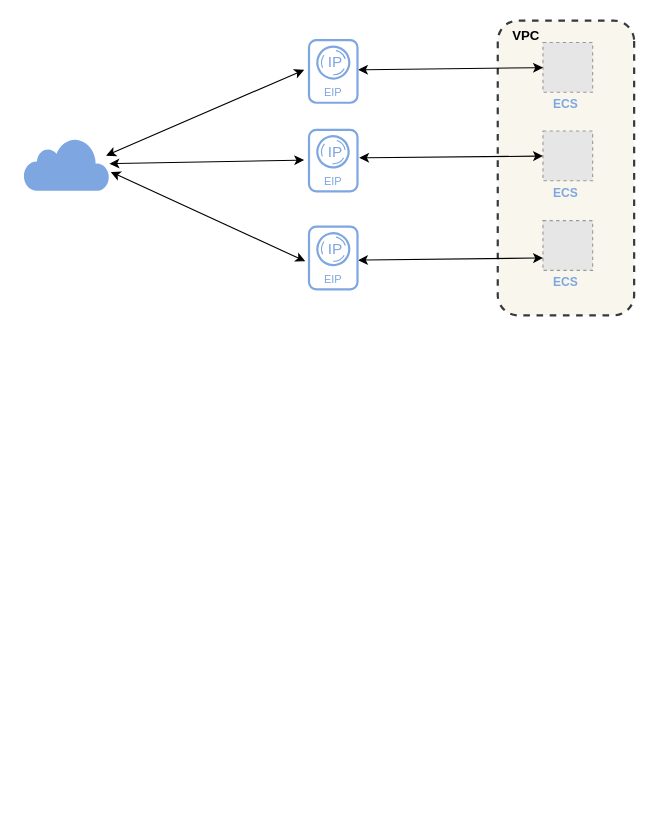
Before: page "EIP 的副本" (4 of 8) of DRL.drawio in zhangluting123/drawio, a draw.io diagram. Source tidied: cells renumbered, new cells numbered last; positions are measured from the earlier drawing's top-left corner, leaving out a move shared by most shapes. Both pictures are drawn from the tidied source at 110%, with x=0, y=0 at pixel (23, 19). Pictures stored in the file or linked from it are replaced by grey dashed boxes.
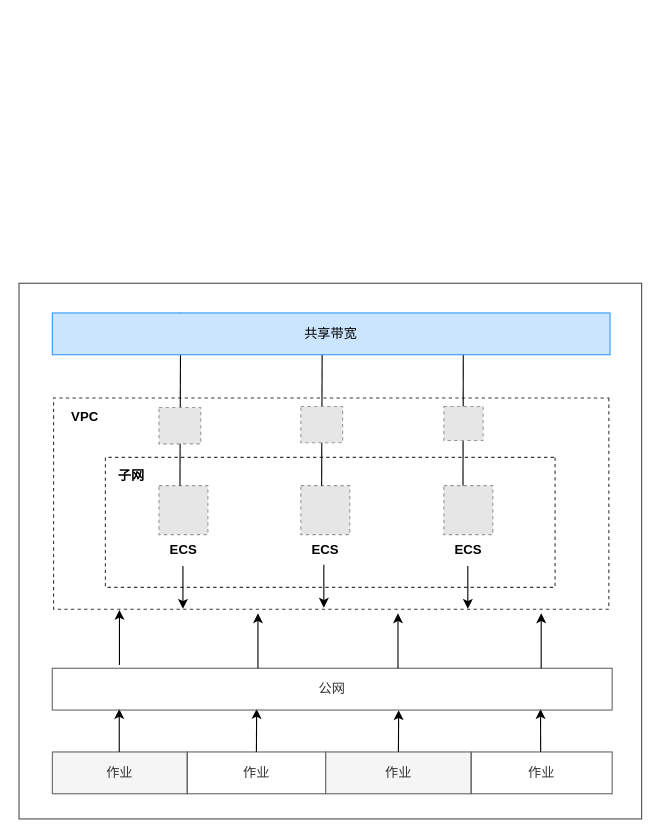
Above is the later version.

Change to the diagram source:
```diff
@@
-    <mxCell id="2" style="html=1;verticalLabelPosition=bottom;align=center;labelBackgroundColor=#ffffff;verticalAlign=top;strokeWidth=2;shadow=0;dashed=0;shape=mxgraph.ios7.icons.cloud;strokeColor=none;fillColor=#7EA6E0;" parent="1" vertex="1">
-      <mxGeometry y="108" width="78" height="48" as="geometry" />
-    </mxCell>
+    <mxCell id="38" style="rounded=0;whiteSpace=wrap;html=1;fillColor=none;strokeWidth=1;strokeColor=#4D4D4D;" parent="1" vertex="1">
+      <mxGeometry x="-4.2" y="240" width="566" height="487" as="geometry" />
+    </mxCell>
-    <mxCell id="3" style="rounded=1;whiteSpace=wrap;html=1;strokeWidth=2;fillColor=#f9f7ed;dashed=1;strokeColor=#36393d;rotation=90;arcSize=15;" parent="1" vertex="1">
-      <mxGeometry x="359" y="73.2" width="268" height="124" as="geometry" />
+    <mxCell id="3" style="rounded=1;whiteSpace=wrap;html=1;strokeWidth=1;fillColor=none;dashed=1;strokeColor=#36393d;rotation=90;arcSize=0;" parent="1" vertex="1">
+      <mxGeometry x="183.6" y="187.9" width="192" height="504.8" as="geometry" />
     </mxCell>
-    <mxCell id="4" style="group;" parent="1" vertex="1">
-      <mxGeometry x="463" y="183.1" width="60" height="71.2" as="geometry" />
-    </mxCell>
-    <mxCell id="5" style="fillColor=#E6E6E6;strokeColor=#999999;dashed=1;html=1;verticalAlign=top;verticalLabelPosition=bottom;labelBackgroundColor=#ffffff;" parent="4" vertex="1">
-      <mxGeometry x="9.1" width="45.2" height="45.2" as="geometry" />
-    </mxCell>
-    <mxCell id="6" value="&lt;font color=&quot;#7ea6e0&quot; style=&quot;font-size: 11px;&quot;&gt;&lt;b&gt;ECS&lt;/b&gt;&lt;/font&gt;" style="text;html=1;strokeColor=none;fillColor=none;align=center;verticalAlign=middle;whiteSpace=wrap;rounded=0;" parent="4" vertex="1">
-      <mxGeometry y="41.2" width="60" height="30" as="geometry" />
-    </mxCell>
-    <mxCell id="7" style="group;" parent="1" vertex="1">
-      <mxGeometry x="463" y="101.6" width="60" height="71.2" as="geometry" />
-    </mxCell>
-    <mxCell id="8" style="fillColor=#E6E6E6;strokeColor=#999999;dashed=1;html=1;verticalAlign=top;verticalLabelPosition=bottom;labelBackgroundColor=#ffffff;" parent="7" vertex="1">
-      <mxGeometry x="9.1" width="45.2" height="45.2" as="geometry" />
-    </mxCell>
-    <mxCell id="9" value="&lt;font color=&quot;#7ea6e0&quot; style=&quot;font-size: 11px;&quot;&gt;&lt;b&gt;ECS&lt;/b&gt;&lt;/font&gt;" style="text;html=1;strokeColor=none;fillColor=none;align=center;verticalAlign=middle;whiteSpace=wrap;rounded=0;" parent="7" vertex="1">
-      <mxGeometry y="41.2" width="60" height="30" as="geometry" />
-    </mxCell>
-    <mxCell id="10" style="group;" parent="1" vertex="1">
-      <mxGeometry x="463" y="21.1" width="60" height="71.2" as="geometry" />
-    </mxCell>
-    <mxCell id="11" style="fillColor=#E6E6E6;strokeColor=#999999;dashed=1;html=1;verticalAlign=top;verticalLabelPosition=bottom;labelBackgroundColor=#ffffff;" parent="10" vertex="1">
-      <mxGeometry x="9.1" width="45.2" height="45.2" as="geometry" />
-    </mxCell>
-    <mxCell id="12" value="&lt;font color=&quot;#7ea6e0&quot; style=&quot;font-size: 11px;&quot;&gt;&lt;b&gt;ECS&lt;/b&gt;&lt;/font&gt;" style="text;html=1;strokeColor=none;fillColor=none;align=center;verticalAlign=middle;whiteSpace=wrap;rounded=0;" parent="10" vertex="1">
-      <mxGeometry y="41.2" width="60" height="30" as="geometry" />
-    </mxCell>
-    <mxCell id="13" style="endArrow=classic;startArrow=classic;html=1;rounded=0;fontSize=11;fontColor=#7EA6E0;exitX=0;exitY=0.75;exitDx=0;exitDy=0;" parent="1" edge="1" source="5">
-      <mxGeometry relative="1" as="geometry">
-        <mxPoint x="304" y="219" as="targetPoint" />
-      </mxGeometry>
-    </mxCell>
-    <mxCell id="14" style="endArrow=classic;startArrow=classic;html=1;rounded=0;fontSize=11;fontColor=#7EA6E0;" parent="1" edge="1" source="8">
-      <mxGeometry relative="1" as="geometry">
-        <mxPoint x="305" y="126" as="targetPoint" />
-      </mxGeometry>
-    </mxCell>
-    <mxCell id="15" style="endArrow=classic;startArrow=classic;html=1;rounded=0;fontSize=11;fontColor=#7EA6E0;" parent="1" edge="1" source="11">
-      <mxGeometry relative="1" as="geometry">
-        <mxPoint x="304" y="46" as="targetPoint" />
-      </mxGeometry>
-    </mxCell>
-    <mxCell id="16" style="endArrow=classic;startArrow=classic;html=1;rounded=0;fontSize=11;fontColor=#7EA6E0;entryX=1.015;entryY=0.642;entryDx=0;entryDy=0;entryPerimeter=0;" parent="1" edge="1" target="2">
-      <mxGeometry relative="1" as="geometry">
-        <mxPoint x="256" y="220" as="sourcePoint" />
-      </mxGeometry>
-    </mxCell>
-    <mxCell id="17" style="endArrow=classic;startArrow=classic;html=1;rounded=0;fontSize=11;fontColor=#7EA6E0;" parent="1" edge="1">
-      <mxGeometry relative="1" as="geometry">
-        <mxPoint x="255" y="46" as="sourcePoint" />
-        <mxPoint x="75" y="124" as="targetPoint" />
-      </mxGeometry>
-    </mxCell>
-    <mxCell id="18" style="endArrow=classic;startArrow=classic;html=1;rounded=0;fontSize=11;fontColor=#7EA6E0;" parent="1" edge="1" target="2">
-      <mxGeometry relative="1" as="geometry">
-        <mxPoint x="255" y="128" as="sourcePoint" />
-      </mxGeometry>
-    </mxCell>
-    <mxCell id="19" style="group;" parent="1" vertex="1">
-      <mxGeometry x="257" y="187" width="79" height="67.3" as="geometry" />
-    </mxCell>
-    <mxCell id="20" style="rounded=1;whiteSpace=wrap;html=1;strokeColor=#7EA6E0;strokeWidth=2;fontSize=11;fontColor=#7EA6E0;fillColor=default;" parent="19" vertex="1">
-      <mxGeometry x="2.4" y="1.6" width="44.1" height="56.9" as="geometry" />
-    </mxCell>
-    <mxCell id="21" style="ellipse;whiteSpace=wrap;html=1;dashed=1;strokeColor=#7EA6E0;strokeWidth=1;fontSize=11;fontColor=#7EA6E0;fillColor=none;dashPattern=12 12;rotation=30;" parent="19" vertex="1">
-      <mxGeometry x="13.8" y="10.9" width="22.1" height="22.1" as="geometry" />
-    </mxCell>
-    <mxCell id="22" value="EIP" style="text;html=1;strokeColor=none;fillColor=none;align=center;verticalAlign=middle;whiteSpace=wrap;rounded=0;fontSize=10;fontColor=#7EA6E0;" parent="19" vertex="1">
-      <mxGeometry y="36.6" width="49" height="24.4" as="geometry" />
-    </mxCell>
-    <mxCell id="23" style="ellipse;whiteSpace=wrap;html=1;strokeColor=#7EA6E0;strokeWidth=2;fontSize=11;fontColor=#7EA6E0;fillColor=none;rotation=120;" parent="19" vertex="1">
-      <mxGeometry x="10" y="7.5" width="29" height="29" as="geometry" />
-    </mxCell>
-    <mxCell id="24" value="IP" style="text;html=1;strokeColor=none;fillColor=none;align=center;verticalAlign=middle;whiteSpace=wrap;rounded=0;fontSize=14;fontColor=#7EA6E0;" parent="19" vertex="1">
-      <mxGeometry x="2.4" y="9.8" width="49" height="24.4" as="geometry" />
-    </mxCell>
-    <mxCell id="25" style="group;" parent="1" vertex="1">
-      <mxGeometry x="257" y="99" width="79" height="66" as="geometry" />
-    </mxCell>
-    <mxCell id="26" style="rounded=1;whiteSpace=wrap;html=1;strokeColor=#7EA6E0;strokeWidth=2;fontSize=11;fontColor=#7EA6E0;fillColor=default;" parent="25" vertex="1">
-      <mxGeometry x="2.4" y="1.6" width="44.1" height="55.8" as="geometry" />
-    </mxCell>
-    <mxCell id="27" style="ellipse;whiteSpace=wrap;html=1;dashed=1;strokeColor=#7EA6E0;strokeWidth=1;fontSize=11;fontColor=#7EA6E0;fillColor=none;dashPattern=12 12;rotation=30;" parent="25" vertex="1">
-      <mxGeometry x="13.8" y="10.7" width="21.6" height="21.6" as="geometry" />
-    </mxCell>
-    <mxCell id="28" value="EIP" style="text;html=1;strokeColor=none;fillColor=none;align=center;verticalAlign=middle;whiteSpace=wrap;rounded=0;fontSize=10;fontColor=#7EA6E0;" parent="25" vertex="1">
-      <mxGeometry y="35.8" width="49" height="23.9" as="geometry" />
-    </mxCell>
-    <mxCell id="29" style="ellipse;whiteSpace=wrap;html=1;strokeColor=#7EA6E0;strokeWidth=2;fontSize=11;fontColor=#7EA6E0;fillColor=none;rotation=120;" parent="25" vertex="1">
-      <mxGeometry x="10" y="7.3" width="28.4" height="28.4" as="geometry" />
-    </mxCell>
-    <mxCell id="30" value="IP" style="text;html=1;strokeColor=none;fillColor=none;align=center;verticalAlign=middle;whiteSpace=wrap;rounded=0;fontSize=14;fontColor=#7EA6E0;" parent="25" vertex="1">
-      <mxGeometry x="2.4" y="9.6" width="49" height="23.9" as="geometry" />
-    </mxCell>
-    <mxCell id="31" style="group;" parent="1" vertex="1">
-      <mxGeometry x="240" y="15" width="79" height="67.3" as="geometry" />
-    </mxCell>
-    <mxCell id="32" style="rounded=1;whiteSpace=wrap;html=1;strokeColor=#7EA6E0;strokeWidth=2;fontSize=11;fontColor=#7EA6E0;fillColor=default;" parent="31" vertex="1">
-      <mxGeometry x="19.4" y="4" width="44.1" height="56.9" as="geometry" />
-    </mxCell>
-    <mxCell id="33" style="ellipse;whiteSpace=wrap;html=1;dashed=1;strokeColor=#7EA6E0;strokeWidth=1;fontSize=11;fontColor=#7EA6E0;fillColor=none;dashPattern=12 12;rotation=30;" parent="31" vertex="1">
-      <mxGeometry x="30.8" y="13.3" width="22.1" height="22.1" as="geometry" />
-    </mxCell>
-    <mxCell id="34" value="EIP" style="text;html=1;strokeColor=none;fillColor=none;align=center;verticalAlign=middle;whiteSpace=wrap;rounded=0;fontSize=10;fontColor=#7EA6E0;" parent="31" vertex="1">
-      <mxGeometry x="17" y="39" width="49" height="24.4" as="geometry" />
-    </mxCell>
-    <mxCell id="35" style="ellipse;whiteSpace=wrap;html=1;strokeColor=#7EA6E0;strokeWidth=2;fontSize=11;fontColor=#7EA6E0;fillColor=none;rotation=120;" parent="31" vertex="1">
-      <mxGeometry x="27" y="9.9" width="29" height="29" as="geometry" />
-    </mxCell>
-    <mxCell id="36" value="IP" style="text;html=1;strokeColor=none;fillColor=none;align=center;verticalAlign=middle;whiteSpace=wrap;rounded=0;fontSize=14;fontColor=#7EA6E0;" parent="31" vertex="1">
-      <mxGeometry x="19.4" y="12.2" width="49" height="24.4" as="geometry" />
-    </mxCell>
     <mxCell id="37" value="VPC" style="text;html=1;strokeColor=none;fillColor=none;align=center;verticalAlign=middle;whiteSpace=wrap;rounded=0;fontStyle=1;" parent="1" vertex="1">
-      <mxGeometry x="427" width="60" height="30" as="geometry" />
+      <mxGeometry x="26" y="347" width="60" height="30" as="geometry" />
     </mxCell>
+    <mxCell id="39" style="rounded=1;whiteSpace=wrap;html=1;strokeWidth=1;fillColor=none;dashed=1;strokeColor=#36393d;rotation=90;arcSize=0;" parent="1" vertex="1">
+      <mxGeometry x="219.6" y="253" width="118.2" height="408.8" as="geometry" />
+    </mxCell>
+    <mxCell id="40" value="ECS" style="fillColor=#E6E6E6;strokeColor=#999999;dashed=1;html=1;verticalAlign=top;verticalLabelPosition=bottom;labelBackgroundColor=#ffffff;fontStyle=1;" parent="1" vertex="1">
+      <mxGeometry x="123" y="424" width="44.5" height="44.5" as="geometry" />
+    </mxCell>
+    <mxCell id="41" value="ECS" style="fillColor=#E6E6E6;strokeColor=#999999;dashed=1;html=1;verticalAlign=top;verticalLabelPosition=bottom;labelBackgroundColor=#ffffff;fontStyle=1;" parent="1" vertex="1">
+      <mxGeometry x="252" y="424" width="44.5" height="44.5" as="geometry" />
+    </mxCell>
+    <mxCell id="42" value="ECS" style="fillColor=#E6E6E6;strokeColor=#999999;dashed=1;html=1;verticalAlign=top;verticalLabelPosition=bottom;labelBackgroundColor=#ffffff;fontStyle=1;" parent="1" vertex="1">
+      <mxGeometry x="382" y="424" width="44.5" height="44.5" as="geometry" />
+    </mxCell>
+    <mxCell id="43" value="子网" style="text;html=1;strokeColor=none;fillColor=none;align=center;verticalAlign=middle;whiteSpace=wrap;rounded=0;fontStyle=1;" parent="1" vertex="1">
+      <mxGeometry x="68" y="400" width="60" height="30" as="geometry" />
+    </mxCell>
+    <mxCell id="44" style="endArrow=none;startArrow=none;html=1;rounded=0;startFill=0;endFill=0;exitX=0.391;exitY=0.006;exitDx=0;exitDy=0;exitPerimeter=0;entryX=0.23;entryY=-0.004;entryDx=0;entryDy=0;entryPerimeter=0;" parent="1" edge="1" target="58">
+      <mxGeometry relative="1" as="geometry">
+        <mxPoint x="142.1" y="424" as="sourcePoint" />
+      </mxGeometry>
+    </mxCell>
+    <mxCell id="45" value="作业" style="rounded=0;whiteSpace=wrap;html=1;fillColor=#f5f5f5;strokeColor=#666666;shadow=0;fontColor=#333333;" parent="1" vertex="1">
+      <mxGeometry x="26.1" y="666.1" width="122.8" height="38" as="geometry" />
+    </mxCell>
+    <mxCell id="46" value="作业" style="rounded=0;whiteSpace=wrap;html=1;fillColor=none;strokeColor=#666666;shadow=0;fontColor=#333333;" parent="1" vertex="1">
+      <mxGeometry x="148.6" y="666.1" width="126" height="38" as="geometry" />
+    </mxCell>
+    <mxCell id="47" value="作业" style="rounded=0;whiteSpace=wrap;html=1;fillColor=#f5f5f5;strokeColor=#666666;shadow=0;fontColor=#333333;" parent="1" vertex="1">
+      <mxGeometry x="274.6" y="666.1" width="132.2" height="38" as="geometry" />
+    </mxCell>
+    <mxCell id="48" value="作业" style="rounded=0;whiteSpace=wrap;html=1;fillColor=none;strokeColor=#666666;shadow=0;fontColor=#333333;" parent="1" vertex="1">
+      <mxGeometry x="406.9" y="666.1" width="128.1" height="38" as="geometry" />
+    </mxCell>
+    <mxCell id="49" style="endArrow=classic;html=1;rounded=0;" parent="1" edge="1">
+      <mxGeometry relative="1" as="geometry">
+        <mxPoint x="86.9" y="666.1" as="sourcePoint" />
+        <mxPoint x="86.9" y="627.1" as="targetPoint" />
+      </mxGeometry>
+    </mxCell>
+    <mxCell id="50" style="endArrow=classic;html=1;rounded=0;exitX=0.5;exitY=0;exitDx=0;exitDy=0;entryX=0.998;entryY=0.636;entryDx=0;entryDy=0;entryPerimeter=0;" parent="1" edge="1" source="46">
+      <mxGeometry relative="1" as="geometry">
+        <mxPoint x="211.8" y="627" as="targetPoint" />
+      </mxGeometry>
+    </mxCell>
+    <mxCell id="51" style="endArrow=classic;html=1;rounded=0;exitX=0.5;exitY=0;exitDx=0;exitDy=0;" parent="1" edge="1" source="47">
+      <mxGeometry relative="1" as="geometry">
+        <mxPoint x="340.9" y="628.1" as="targetPoint" />
+      </mxGeometry>
+    </mxCell>
+    <mxCell id="52" style="endArrow=classic;html=1;rounded=0;exitX=0.5;exitY=0;exitDx=0;exitDy=0;" parent="1" edge="1">
+      <mxGeometry relative="1" as="geometry">
+        <mxPoint x="470" y="666.1" as="sourcePoint" />
+        <mxPoint x="469.9" y="627.1" as="targetPoint" />
+      </mxGeometry>
+    </mxCell>
+    <mxCell id="53" value="公网" style="rounded=0;whiteSpace=wrap;html=1;fillColor=none;strokeColor=#666666;shadow=0;fontColor=#333333;" parent="1" vertex="1">
+      <mxGeometry x="26" y="590" width="509" height="38" as="geometry" />
+    </mxCell>
+    <mxCell id="54" style="fillColor=#E6E6E6;strokeColor=#999999;dashed=1;verticalLabelPosition=bottom;labelBackgroundColor=default;verticalAlign=top;" parent="1" vertex="1">
+      <mxGeometry x="123" y="353" width="38" height="33" as="geometry" />
+    </mxCell>
+    <mxCell id="55" style="endArrow=none;startArrow=none;html=1;rounded=0;startFill=0;endFill=0;exitX=0.391;exitY=0.006;exitDx=0;exitDy=0;exitPerimeter=0;entryX=0.484;entryY=0.048;entryDx=0;entryDy=0;entryPerimeter=0;" parent="1" edge="1" target="58">
+      <mxGeometry relative="1" as="geometry">
+        <mxPoint x="270.9" y="424" as="sourcePoint" />
+      </mxGeometry>
+    </mxCell>
+    <mxCell id="56" style="fillColor=#E6E6E6;strokeColor=#999999;dashed=1;verticalLabelPosition=bottom;labelBackgroundColor=default;verticalAlign=top;" parent="1" vertex="1">
+      <mxGeometry x="252" y="352" width="38" height="33" as="geometry" />
+    </mxCell>
+    <mxCell id="57" style="endArrow=none;startArrow=none;html=1;rounded=0;startFill=0;endFill=0;exitX=0.391;exitY=0.006;exitDx=0;exitDy=0;exitPerimeter=0;entryX=0.737;entryY=0;entryDx=0;entryDy=0;entryPerimeter=0;" parent="1" edge="1" target="58">
+      <mxGeometry relative="1" as="geometry">
+        <mxPoint x="399.4" y="424" as="sourcePoint" />
+      </mxGeometry>
+    </mxCell>
+    <mxCell id="58" value="共享带宽" style="rounded=0;whiteSpace=wrap;html=1;fillColor=#cce5ff;strokeColor=#3399FF;shadow=0;" parent="1" vertex="1">
+      <mxGeometry x="26.1" y="267" width="507" height="38" as="geometry" />
+    </mxCell>
+    <mxCell id="59" style="fillColor=#E6E6E6;strokeColor=#999999;dashed=1;verticalLabelPosition=bottom;labelBackgroundColor=default;verticalAlign=top;" parent="1" vertex="1">
+      <mxGeometry x="382" y="352" width="35.7" height="31" as="geometry" />
+    </mxCell>
+    <mxCell id="60" style="endArrow=none;html=1;rounded=0;startArrow=classic;startFill=1;endFill=0;" parent="1" edge="1">
+      <mxGeometry relative="1" as="geometry">
+        <mxPoint x="144.8" y="536" as="sourcePoint" />
+        <mxPoint x="144.8" y="497" as="targetPoint" />
+      </mxGeometry>
+    </mxCell>
+    <mxCell id="61" style="endArrow=none;html=1;rounded=0;startArrow=classic;startFill=1;endFill=0;" parent="1" edge="1">
+      <mxGeometry relative="1" as="geometry">
+        <mxPoint x="272.9" y="535" as="sourcePoint" />
+        <mxPoint x="272.9" y="496" as="targetPoint" />
+      </mxGeometry>
+    </mxCell>
+    <mxCell id="62" style="endArrow=none;html=1;rounded=0;startArrow=classic;startFill=1;endFill=0;" parent="1" edge="1">
+      <mxGeometry relative="1" as="geometry">
+        <mxPoint x="403.8" y="536" as="sourcePoint" />
+        <mxPoint x="403.8" y="497" as="targetPoint" />
+      </mxGeometry>
+    </mxCell>
+    <mxCell id="63" style="endArrow=classic;html=1;rounded=0;entryX=0.085;entryY=1.038;entryDx=0;entryDy=0;entryPerimeter=0;" parent="1" edge="1">
+      <mxGeometry relative="1" as="geometry">
+        <mxPoint x="87.1" y="587" as="sourcePoint" />
+        <mxPoint x="87.1" y="537" as="targetPoint" />
+      </mxGeometry>
+    </mxCell>
+    <mxCell id="64" style="endArrow=classic;html=1;rounded=0;entryX=0.085;entryY=1.038;entryDx=0;entryDy=0;entryPerimeter=0;" parent="1" edge="1">
+      <mxGeometry relative="1" as="geometry">
+        <mxPoint x="213" y="590" as="sourcePoint" />
+        <mxPoint x="213" y="540" as="targetPoint" />
+      </mxGeometry>
+    </mxCell>
+    <mxCell id="65" style="endArrow=classic;html=1;rounded=0;entryX=0.085;entryY=1.038;entryDx=0;entryDy=0;entryPerimeter=0;" parent="1" edge="1">
+      <mxGeometry relative="1" as="geometry">
+        <mxPoint x="470.5" y="590" as="sourcePoint" />
+        <mxPoint x="470.5" y="540" as="targetPoint" />
+      </mxGeometry>
+    </mxCell>
+    <mxCell id="66" style="endArrow=classic;html=1;rounded=0;entryX=0.085;entryY=1.038;entryDx=0;entryDy=0;entryPerimeter=0;" parent="1" edge="1">
+      <mxGeometry relative="1" as="geometry">
+        <mxPoint x="340.3" y="590" as="sourcePoint" />
+        <mxPoint x="340.3" y="540" as="targetPoint" />
+      </mxGeometry>
+    </mxCell>
```
